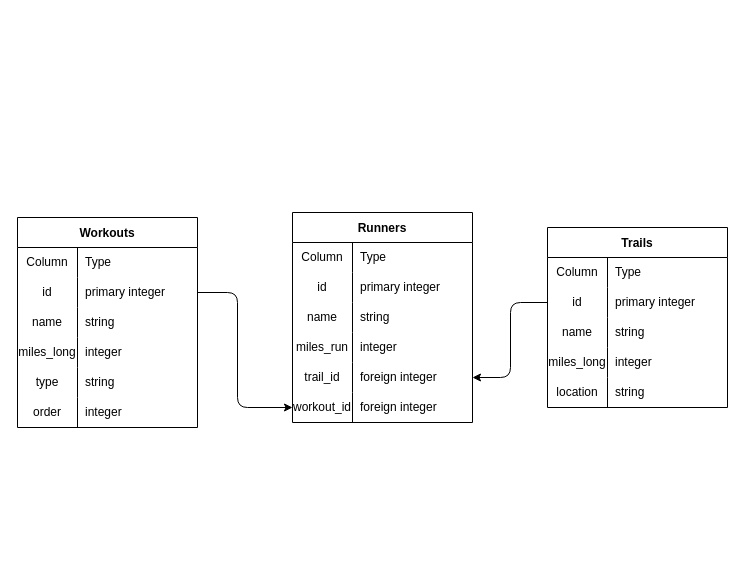
This is lib/marathon-minder-erd.drawio from clambiase08/marathon-manager, a draw.io file, before an edit. Source tidied: cells renumbered, new cells numbered last; positions are measured from the earlier drawing's top-left corner, leaving out a move shared by most shapes. Both pictures are drawn from the tidied source at 100%, with x=0, y=0 at pixel (17, 212).
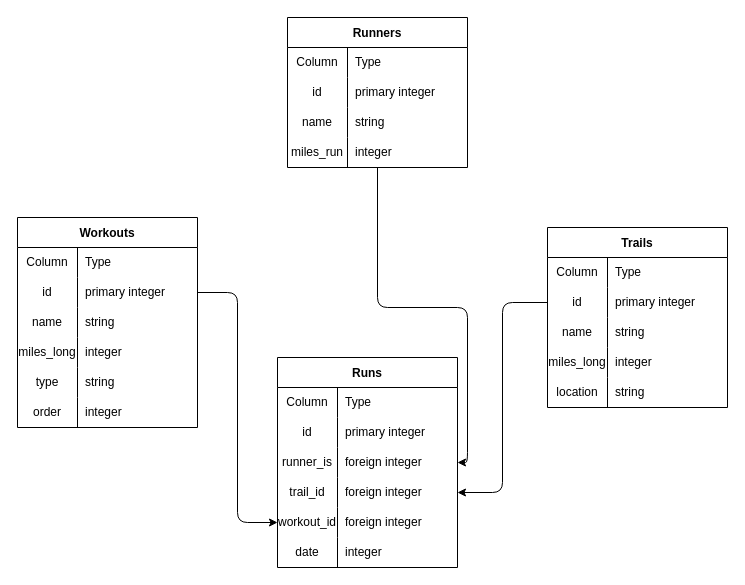
After the change.

Commit message (it also covers changes not shown here):
adjusted model structure to add fourth Runs model

Unchanged cells that the change refers to:
```xml
<mxCell id="26" style="shape=tableRow;horizontal=0;startSize=0;swimlaneHead=0;swimlaneBody=0;top=0;left=0;bottom=0;right=0;fillColor=none;points=[[0,0.5],[1,0.5]];portConstraint=eastwest;" parent="22" vertex="1">
  <mxGeometry y="60" width="180" height="30" as="geometry" />
</mxCell>
<mxCell id="42" style="shape=tableRow;horizontal=0;startSize=0;swimlaneHead=0;swimlaneBody=0;top=0;left=0;bottom=0;right=0;fillColor=none;points=[[0,0.5],[1,0.5]];portConstraint=eastwest;" parent="38" vertex="1">
  <mxGeometry y="60" width="180" height="30" as="geometry" />
</mxCell>
```

Diff of the diagram source:
```diff
@@
+    <mxCell id="58" style="edgeStyle=orthogonalEdgeStyle;html=1;entryX=1;entryY=0.5;entryDx=0;entryDy=0;" parent="1" edge="1" source="2" target="66">
+      <mxGeometry relative="1" as="geometry" />
+    </mxCell>
     <mxCell id="2" value="Runners" style="shape=table;startSize=30;childLayout=tableLayout;rowLines=0;fontStyle=1;" parent="1" vertex="1">
-      <mxGeometry x="275" width="180" height="210" as="geometry" />
+      <mxGeometry x="270" y="-195" width="180" height="150" as="geometry" />
     </mxCell>
@@
-    <mxCell id="15" style="shape=tableRow;horizontal=0;startSize=0;swimlaneHead=0;swimlaneBody=0;top=0;left=0;bottom=0;right=0;fillColor=none;points=[[0,0.5],[1,0.5]];portConstraint=eastwest;" parent="2" vertex="1">
-      <mxGeometry y="150" width="180" height="30" as="geometry" />
-    </mxCell>
-    <mxCell id="16" value="trail_id" style="shape=partialRectangle;html=1;whiteSpace=wrap;fillColor=none;top=0;left=0;bottom=0;right=0;overflow=hidden;" parent="15" vertex="1">
-      <mxGeometry width="60" height="30" as="geometry" />
-    </mxCell>
-    <mxCell id="17" value="foreign integer" style="shape=partialRectangle;html=1;whiteSpace=wrap;fillColor=none;top=0;left=0;bottom=0;right=0;align=left;spacingLeft=6;overflow=hidden;" parent="15" vertex="1">
-      <mxGeometry x="60" width="120" height="30" as="geometry" />
-    </mxCell>
-    <mxCell id="18" style="shape=tableRow;horizontal=0;startSize=0;swimlaneHead=0;swimlaneBody=0;top=0;left=0;bottom=0;right=0;fillColor=none;points=[[0,0.5],[1,0.5]];portConstraint=eastwest;" parent="2" vertex="1">
-      <mxGeometry y="180" width="180" height="30" as="geometry" />
-    </mxCell>
-    <mxCell id="19" value="workout_id" style="shape=partialRectangle;html=1;whiteSpace=wrap;fillColor=none;top=0;left=0;bottom=0;right=0;overflow=hidden;" parent="18" vertex="1">
-      <mxGeometry width="60" height="30" as="geometry" />
-    </mxCell>
-    <mxCell id="20" value="foreign integer" style="shape=partialRectangle;html=1;whiteSpace=wrap;fillColor=none;top=0;left=0;bottom=0;right=0;align=left;spacingLeft=6;overflow=hidden;" parent="18" vertex="1">
-      <mxGeometry x="60" width="120" height="30" as="geometry" />
-    </mxCell>
-    <mxCell id="21" style="edgeStyle=elbowEdgeStyle;html=1;entryX=1;entryY=0.5;entryDx=0;entryDy=0;exitX=0;exitY=0.5;exitDx=0;exitDy=0;" parent="1" edge="1" source="26" target="15">
+    <mxCell id="21" style="edgeStyle=elbowEdgeStyle;html=1;entryX=1;entryY=0.5;entryDx=0;entryDy=0;exitX=0;exitY=0.5;exitDx=0;exitDy=0;" parent="1" edge="1" source="26" target="69">
       <mxGeometry relative="1" as="geometry" />
     </mxCell>
@@
-    <mxCell id="57" style="edgeStyle=elbowEdgeStyle;html=1;entryX=0;entryY=0.5;entryDx=0;entryDy=0;exitX=1;exitY=0.5;exitDx=0;exitDy=0;" parent="1" edge="1" source="42" target="18">
+    <mxCell id="57" style="edgeStyle=elbowEdgeStyle;html=1;entryX=0;entryY=0.5;entryDx=0;entryDy=0;exitX=1;exitY=0.5;exitDx=0;exitDy=0;" parent="1" edge="1" source="42" target="15">
       <mxGeometry relative="1" as="geometry">
         <Array as="points">
           <mxPoint x="220" y="65" />
           <mxPoint x="220" y="75" />
         </Array>
       </mxGeometry>
     </mxCell>
+    <mxCell id="59" value="Runs" style="shape=table;startSize=30;childLayout=tableLayout;rowLines=0;fontStyle=1;" parent="1" vertex="1">
+      <mxGeometry x="260" y="145" width="180" height="210" as="geometry" />
+    </mxCell>
+    <mxCell id="60" style="shape=tableRow;horizontal=0;startSize=0;swimlaneHead=0;swimlaneBody=0;top=0;left=0;bottom=0;right=0;fillColor=none;" parent="59" vertex="1">
+      <mxGeometry y="30" width="180" height="30" as="geometry" />
+    </mxCell>
+    <mxCell id="61" value="Column" style="shape=partialRectangle;html=1;whiteSpace=wrap;fillColor=none;top=0;left=0;bottom=0;right=0;overflow=hidden;" parent="60" vertex="1">
+      <mxGeometry width="60" height="30" as="geometry" />
+    </mxCell>
+    <mxCell id="62" value="Type" style="shape=partialRectangle;html=1;whiteSpace=wrap;fillColor=none;top=0;left=0;bottom=0;right=0;align=left;spacingLeft=6;overflow=hidden;" parent="60" vertex="1">
+      <mxGeometry x="60" width="120" height="30" as="geometry" />
+    </mxCell>
+    <mxCell id="63" style="shape=tableRow;horizontal=0;startSize=0;swimlaneHead=0;swimlaneBody=0;top=0;left=0;bottom=0;right=0;fillColor=none;" parent="59" vertex="1">
+      <mxGeometry y="60" width="180" height="30" as="geometry" />
+    </mxCell>
+    <mxCell id="64" value="id" style="shape=partialRectangle;html=1;whiteSpace=wrap;fillColor=none;top=0;left=0;bottom=0;right=0;overflow=hidden;" parent="63" vertex="1">
+      <mxGeometry width="60" height="30" as="geometry" />
+    </mxCell>
+    <mxCell id="65" value="primary integer" style="shape=partialRectangle;html=1;whiteSpace=wrap;fillColor=none;top=0;left=0;bottom=0;right=0;align=left;spacingLeft=6;overflow=hidden;" parent="63" vertex="1">
+      <mxGeometry x="60" width="120" height="30" as="geometry" />
+    </mxCell>
+    <mxCell id="66" style="shape=tableRow;horizontal=0;startSize=0;swimlaneHead=0;swimlaneBody=0;top=0;left=0;bottom=0;right=0;fillColor=none;points=[[0,0.5],[1,0.5]];portConstraint=eastwest;" parent="59" vertex="1">
+      <mxGeometry y="90" width="180" height="30" as="geometry" />
+    </mxCell>
+    <mxCell id="67" value="runner_is" style="shape=partialRectangle;html=1;whiteSpace=wrap;fillColor=none;top=0;left=0;bottom=0;right=0;overflow=hidden;" parent="66" vertex="1">
+      <mxGeometry width="60" height="30" as="geometry" />
+    </mxCell>
+    <mxCell id="68" value="foreign integer" style="shape=partialRectangle;html=1;whiteSpace=wrap;fillColor=none;top=0;left=0;bottom=0;right=0;align=left;spacingLeft=6;overflow=hidden;" parent="66" vertex="1">
+      <mxGeometry x="60" width="120" height="30" as="geometry" />
+    </mxCell>
+    <mxCell id="69" style="shape=tableRow;horizontal=0;startSize=0;swimlaneHead=0;swimlaneBody=0;top=0;left=0;bottom=0;right=0;fillColor=none;points=[[0,0.5],[1,0.5]];portConstraint=eastwest;" parent="59" vertex="1">
+      <mxGeometry y="120" width="180" height="30" as="geometry" />
+    </mxCell>
+    <mxCell id="16" value="trail_id" style="shape=partialRectangle;html=1;whiteSpace=wrap;fillColor=none;top=0;left=0;bottom=0;right=0;overflow=hidden;" parent="69" vertex="1">
+      <mxGeometry width="60" height="30" as="geometry" />
+    </mxCell>
+    <mxCell id="70" value="foreign integer" style="shape=partialRectangle;html=1;whiteSpace=wrap;fillColor=none;top=0;left=0;bottom=0;right=0;align=left;spacingLeft=6;overflow=hidden;" parent="69" vertex="1">
+      <mxGeometry x="60" width="120" height="30" as="geometry" />
+    </mxCell>
+    <mxCell id="15" style="shape=tableRow;horizontal=0;startSize=0;swimlaneHead=0;swimlaneBody=0;top=0;left=0;bottom=0;right=0;fillColor=none;points=[[0,0.5],[1,0.5]];portConstraint=eastwest;" parent="59" vertex="1">
+      <mxGeometry y="150" width="180" height="30" as="geometry" />
+    </mxCell>
+    <mxCell id="19" value="workout_id" style="shape=partialRectangle;html=1;whiteSpace=wrap;fillColor=none;top=0;left=0;bottom=0;right=0;overflow=hidden;" parent="15" vertex="1">
+      <mxGeometry width="60" height="30" as="geometry" />
+    </mxCell>
+    <mxCell id="71" value="foreign integer" style="shape=partialRectangle;html=1;whiteSpace=wrap;fillColor=none;top=0;left=0;bottom=0;right=0;align=left;spacingLeft=6;overflow=hidden;" parent="15" vertex="1">
+      <mxGeometry x="60" width="120" height="30" as="geometry" />
+    </mxCell>
+    <mxCell id="18" style="shape=tableRow;horizontal=0;startSize=0;swimlaneHead=0;swimlaneBody=0;top=0;left=0;bottom=0;right=0;fillColor=none;points=[[0,0.5],[1,0.5]];portConstraint=eastwest;" parent="59" vertex="1">
+      <mxGeometry y="180" width="180" height="30" as="geometry" />
+    </mxCell>
+    <mxCell id="72" value="date" style="shape=partialRectangle;html=1;whiteSpace=wrap;fillColor=none;top=0;left=0;bottom=0;right=0;overflow=hidden;" parent="18" vertex="1">
+      <mxGeometry width="60" height="30" as="geometry" />
+    </mxCell>
+    <mxCell id="73" value="integer" style="shape=partialRectangle;html=1;whiteSpace=wrap;fillColor=none;top=0;left=0;bottom=0;right=0;align=left;spacingLeft=6;overflow=hidden;" parent="18" vertex="1">
+      <mxGeometry x="60" width="120" height="30" as="geometry" />
+    </mxCell>
```
